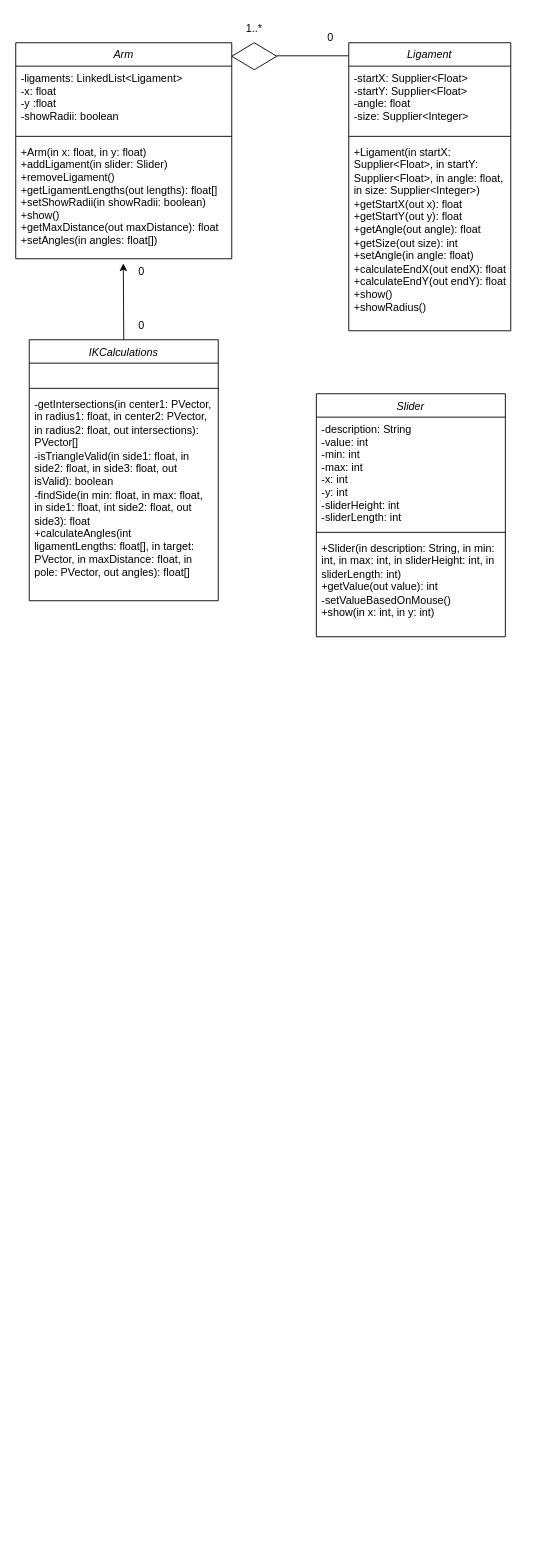
This is UML.drawio from IanShiii/APCS-Final-Project, a draw.io file, before an edit. Source tidied: cells renumbered, new cells numbered last; positions are measured from the earlier drawing's top-left corner, leaving out a move shared by most shapes. Both pictures are drawn from the tidied source at 90%, with x=0, y=0 at pixel (15, 15).
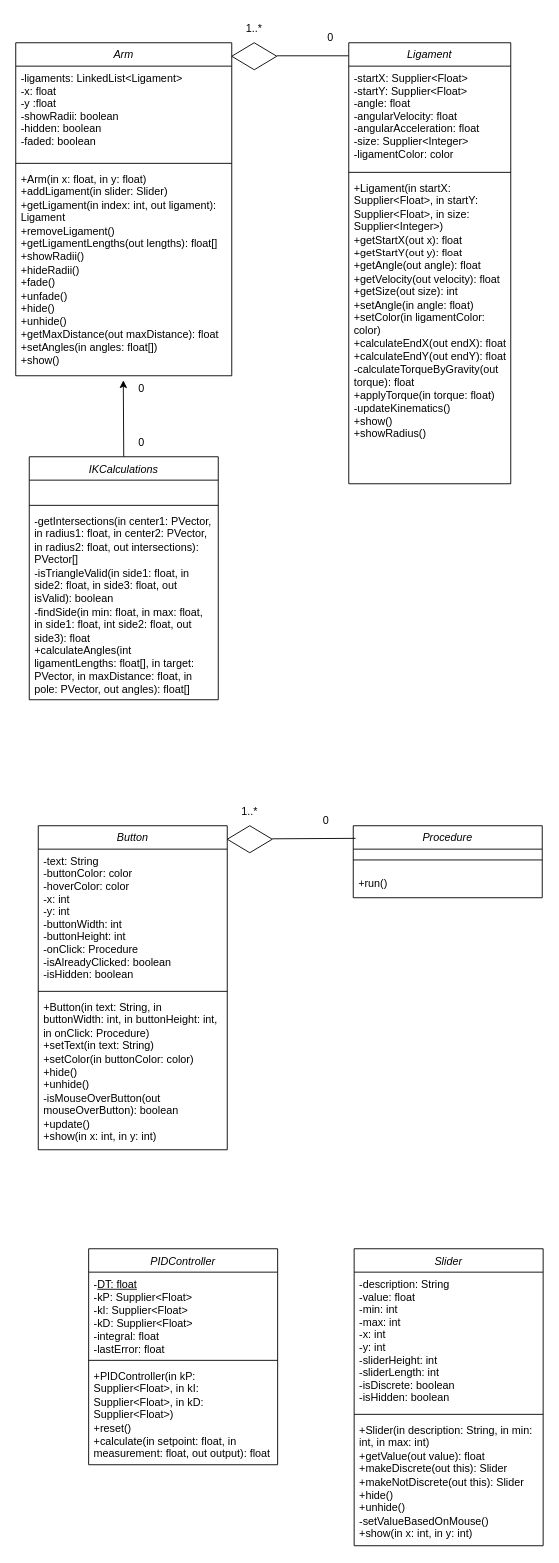
The same diagram, later.

Commit message:
updated UML diagram

Change to the diagram source:
```diff
@@
     <mxCell id="2" value="Arm" style="swimlane;fontStyle=2;align=center;verticalAlign=top;horizontal=1;startSize=26;rounded=0;shadow=0;strokeWidth=1;" parent="1" vertex="1">
-      <mxGeometry y="30" width="240" height="240" as="geometry" />
+      <mxGeometry y="30" width="240" height="370" as="geometry" />
     </mxCell>
-    <mxCell id="3" value="-ligaments: LinkedList&lt;Ligament&gt;&#10;-x: float&#10;-y :float&#10;-showRadii: boolean&#10;" style="text;align=left;verticalAlign=top;spacingLeft=4;spacingRight=4;overflow=hidden;" parent="2" vertex="1">
-      <mxGeometry y="26" width="240" height="74" as="geometry" />
+    <mxCell id="3" value="-ligaments: LinkedList&lt;Ligament&gt;&#10;-x: float&#10;-y :float&#10;-showRadii: boolean&#10;-hidden: boolean&#10;-faded: boolean&#10;" style="text;align=left;verticalAlign=top;spacingLeft=4;spacingRight=4;overflow=hidden;" parent="2" vertex="1">
+      <mxGeometry y="26" width="240" height="104" as="geometry" />
     </mxCell>
     <mxCell id="4" style="line;html=1;strokeWidth=1;align=left;verticalAlign=middle;spacingTop=-1;spacingLeft=3;spacingRight=3;labelPosition=right;" parent="2" vertex="1">
-      <mxGeometry y="100" width="240" height="8" as="geometry" />
+      <mxGeometry y="130" width="240" height="8" as="geometry" />
     </mxCell>
-    <mxCell id="5" value="+Arm(in x: float, in y: float)&#10;+addLigament(in slider: Slider)&#10;+removeLigament()&#10;+getLigamentLengths(out lengths): float[]&#10;+setShowRadii(in showRadii: boolean)&#10;+show()&#10;+getMaxDistance(out maxDistance): float&#10;+setAngles(in angles: float[])&#10;" style="text;align=left;verticalAlign=top;spacingLeft=4;spacingRight=4;overflow=hidden;points=[[0,0.5],[1,0.5]];portConstraint=eastwest;" parent="2" vertex="1">
-      <mxGeometry y="108" width="240" height="132" as="geometry" />
+    <mxCell id="5" value="+Arm(in x: float, in y: float)&#10;+addLigament(in slider: Slider)&#10;+getLigament(in index: int, out ligament): Ligament&#10;+removeLigament()&#10;+getLigamentLengths(out lengths): float[]&#10;+showRadii()&#10;+hideRadii()&#10;+fade()&#10;+unfade()&#10;+hide()&#10;+unhide()&#10;+getMaxDistance(out maxDistance): float&#10;+setAngles(in angles: float[])&#10;+show()&#10;" style="text;align=left;verticalAlign=top;spacingLeft=4;spacingRight=4;overflow=hidden;points=[[0,0.5],[1,0.5]];portConstraint=eastwest;whiteSpace=wrap;" parent="2" vertex="1">
+      <mxGeometry y="138" width="240" height="232" as="geometry" />
     </mxCell>
@@
     <mxCell id="8" value="Ligament" style="swimlane;fontStyle=2;align=center;verticalAlign=top;horizontal=1;startSize=26;rounded=0;shadow=0;strokeWidth=1;" parent="1" vertex="1">
-      <mxGeometry x="370" y="30" width="180" height="320" as="geometry" />
+      <mxGeometry x="370" y="30" width="180" height="490" as="geometry" />
     </mxCell>
-    <mxCell id="9" value="-startX: Supplier&lt;Float&gt;&#10;-startY: Supplier&lt;Float&gt;&#10;-angle: float&#10;-size: Supplier&lt;Integer&gt;&#10;" style="text;align=left;verticalAlign=top;spacingLeft=4;spacingRight=4;overflow=hidden;" parent="8" vertex="1">
-      <mxGeometry y="26" width="180" height="74" as="geometry" />
+    <mxCell id="9" value="-startX: Supplier&lt;Float&gt;&#10;-startY: Supplier&lt;Float&gt;&#10;-angle: float&#10;-angularVelocity: float&#10;-angularAcceleration: float&#10;-size: Supplier&lt;Integer&gt;&#10;-ligamentColor: color&#10;" style="text;align=left;verticalAlign=top;spacingLeft=4;spacingRight=4;overflow=hidden;" parent="8" vertex="1">
+      <mxGeometry y="26" width="180" height="114" as="geometry" />
     </mxCell>
     <mxCell id="10" style="line;html=1;strokeWidth=1;align=left;verticalAlign=middle;spacingTop=-1;spacingLeft=3;spacingRight=3;labelPosition=right;" parent="8" vertex="1">
-      <mxGeometry y="100" width="180" height="8" as="geometry" />
+      <mxGeometry y="140" width="180" height="8" as="geometry" />
     </mxCell>
-    <mxCell id="11" value="+Ligament(in startX: Supplier&lt;Float&gt;, in startY: Supplier&lt;Float&gt;, in angle: float, in size: Supplier&lt;Integer&gt;)&#10;+getStartX(out x): float&#10;+getStartY(out y): float&#10;+getAngle(out angle): float&#10;+getSize(out size): int&#10;+setAngle(in angle: float)&#10;+calculateEndX(out endX): float&#10;+calculateEndY(out endY): float&#10;+show()&#10;+showRadius()&#10;" style="text;align=left;verticalAlign=top;spacingLeft=4;spacingRight=4;overflow=hidden;whiteSpace=wrap;" parent="8" vertex="1">
-      <mxGeometry y="108" width="180" height="212" as="geometry" />
+    <mxCell id="11" value="+Ligament(in startX: Supplier&lt;Float&gt;, in startY: Supplier&lt;Float&gt;, in size: Supplier&lt;Integer&gt;)&#10;+getStartX(out x): float&#10;+getStartY(out y): float&#10;+getAngle(out angle): float&#10;+getVelocity(out velocity): float&#10;+getSize(out size): int&#10;+setAngle(in angle: float)&#10;+setColor(in ligamentColor: color)&#10;+calculateEndX(out endX): float&#10;+calculateEndY(out endY): float&#10;-calculateTorqueByGravity(out torque): float&#10;+applyTorque(in torque: float)&#10;-updateKinematics()&#10;+show()&#10;+showRadius()&#10;" style="text;align=left;verticalAlign=top;spacingLeft=4;spacingRight=4;overflow=hidden;whiteSpace=wrap;" parent="8" vertex="1">
+      <mxGeometry y="148" width="180" height="342" as="geometry" />
     </mxCell>
@@
-    <mxCell id="14" style="edgeStyle=none;jettySize=auto;html=1;rounded=0;entryX=0.498;entryY=1.039;entryDx=0;entryDy=0;entryPerimeter=0;" parent="1" edge="1" target="5">
+    <mxCell id="14" style="edgeStyle=none;orthogonalLoop=1;jettySize=auto;html=1;rounded=0;entryX=0.498;entryY=1.039;entryDx=0;entryDy=0;entryPerimeter=0;" parent="1" edge="1">
       <mxGeometry relative="1" as="geometry">
-        <mxPoint x="120" y="360" as="sourcePoint" />
+        <mxPoint x="120" y="490" as="sourcePoint" />
+        <mxPoint x="119.5" y="405.1" as="targetPoint" />
       </mxGeometry>
     </mxCell>
     <mxCell id="15" value="IKCalculations" style="swimlane;fontStyle=2;align=center;verticalAlign=top;horizontal=1;startSize=26;rounded=0;shadow=0;strokeWidth=1;" parent="1" vertex="1">
-      <mxGeometry x="15" y="360" width="210" height="290" as="geometry" />
+      <mxGeometry x="15" y="490" width="210" height="270" as="geometry" />
     </mxCell>
@@
     <mxCell id="18" value="-getIntersections(in center1: PVector, in radius1: float, in center2: PVector, in radius2: float, out intersections): PVector[]&#10;-isTriangleValid(in side1: float, in side2: float, in side3: float, out isValid): boolean&#10;-findSide(in min: float, in max: float, in side1: float, int side2: float, out side3): float&#10;+calculateAngles(int ligamentLengths: float[], in target: PVector, in maxDistance: float, in pole: PVector, out angles): float[]" style="text;align=left;verticalAlign=top;spacingLeft=4;spacingRight=4;overflow=hidden;whiteSpace=wrap;" parent="15" vertex="1">
-      <mxGeometry y="58" width="210" height="232" as="geometry" />
+      <mxGeometry y="58" width="210" height="212" as="geometry" />
     </mxCell>
     <mxCell id="19" value="0" style="text;strokeColor=none;align=center;fillColor=none;html=1;verticalAlign=middle;whiteSpace=wrap;rounded=0;" parent="1" vertex="1">
-      <mxGeometry x="110" y="330" width="60" height="30" as="geometry" />
+      <mxGeometry x="110" y="460" width="60" height="30" as="geometry" />
     </mxCell>
     <mxCell id="20" value="0" style="text;strokeColor=none;align=center;fillColor=none;html=1;verticalAlign=middle;whiteSpace=wrap;rounded=0;" parent="1" vertex="1">
-      <mxGeometry x="110" y="270" width="60" height="30" as="geometry" />
+      <mxGeometry x="110" y="400" width="60" height="30" as="geometry" />
     </mxCell>
     <mxCell id="21" value="Slider" style="swimlane;fontStyle=2;align=center;verticalAlign=top;horizontal=1;startSize=26;rounded=0;shadow=0;strokeWidth=1;" parent="1" vertex="1">
-      <mxGeometry x="334" y="420" width="210" height="270" as="geometry" />
+      <mxGeometry x="376" y="1370" width="210" height="330" as="geometry" />
     </mxCell>
-    <mxCell id="22" value="-description: String&#10;-value: int&#10;-min: int&#10;-max: int&#10;-x: int&#10;-y: int&#10;-sliderHeight: int&#10;-sliderLength: int" style="text;align=left;verticalAlign=top;spacingLeft=4;spacingRight=4;overflow=hidden;" parent="21" vertex="1">
-      <mxGeometry y="26" width="210" height="124" as="geometry" />
+    <mxCell id="22" value="-description: String&#10;-value: float&#10;-min: int&#10;-max: int&#10;-x: int&#10;-y: int&#10;-sliderHeight: int&#10;-sliderLength: int&#10;-isDiscrete: boolean&#10;-isHidden: boolean" style="text;align=left;verticalAlign=top;spacingLeft=4;spacingRight=4;overflow=hidden;" parent="21" vertex="1">
+      <mxGeometry y="26" width="210" height="154" as="geometry" />
     </mxCell>
     <mxCell id="23" style="line;html=1;strokeWidth=1;align=left;verticalAlign=middle;spacingTop=-1;spacingLeft=3;spacingRight=3;labelPosition=right;" parent="21" vertex="1">
-      <mxGeometry y="150" width="210" height="8" as="geometry" />
+      <mxGeometry y="180" width="210" height="8" as="geometry" />
     </mxCell>
-    <mxCell id="24" value="+Slider(in description: String, in min: int, in max: int, in sliderHeight: int, in sliderLength: int)&#10;+getValue(out value): int&#10;-setValueBasedOnMouse()&#10;+show(in x: int, in y: int)" style="text;align=left;verticalAlign=top;spacingLeft=4;spacingRight=4;overflow=hidden;whiteSpace=wrap;" parent="21" vertex="1">
-      <mxGeometry y="158" width="210" height="112" as="geometry" />
+    <mxCell id="24" value="+Slider(in description: String, in min: int, in max: int)&#10;+getValue(out value): float&#10;+makeDiscrete(out this): Slider&#10;+makeNotDiscrete(out this): Slider&#10;+hide()&#10;+unhide()&#10;-setValueBasedOnMouse()&#10;+show(in x: int, in y: int)" style="text;align=left;verticalAlign=top;spacingLeft=4;spacingRight=4;overflow=hidden;whiteSpace=wrap;" parent="21" vertex="1">
+      <mxGeometry y="188" width="210" height="142" as="geometry" />
     </mxCell>
+    <mxCell id="25" value="Button" style="swimlane;fontStyle=2;align=center;verticalAlign=top;horizontal=1;startSize=26;rounded=0;shadow=0;strokeWidth=1;" parent="1" vertex="1">
+      <mxGeometry x="25" y="900" width="210" height="360" as="geometry" />
+    </mxCell>
+    <mxCell id="26" value="-text: String&#10;-buttonColor: color&#10;-hoverColor: color&#10;-x: int&#10;-y: int&#10;-buttonWidth: int&#10;-buttonHeight: int&#10;-onClick: Procedure&#10;-isAlreadyClicked: boolean&#10;-isHidden: boolean" style="text;align=left;verticalAlign=top;spacingLeft=4;spacingRight=4;overflow=hidden;" parent="25" vertex="1">
+      <mxGeometry y="26" width="210" height="154" as="geometry" />
+    </mxCell>
+    <mxCell id="27" style="line;html=1;strokeWidth=1;align=left;verticalAlign=middle;spacingTop=-1;spacingLeft=3;spacingRight=3;labelPosition=right;" parent="25" vertex="1">
+      <mxGeometry y="180" width="210" height="8" as="geometry" />
+    </mxCell>
+    <mxCell id="28" value="+Button(in text: String, in buttonWidth: int, in buttonHeight: int, in onClick: Procedure)&#10;+setText(in text: String)&#10;+setColor(in buttonColor: color)&#10;+hide()&#10;+unhide()&#10;-isMouseOverButton(out mouseOverButton): boolean&#10;+update()&#10;+show(in x: int, in y: int)" style="text;align=left;verticalAlign=top;spacingLeft=4;spacingRight=4;overflow=hidden;whiteSpace=wrap;" parent="25" vertex="1">
+      <mxGeometry y="188" width="210" height="172" as="geometry" />
+    </mxCell>
+    <mxCell id="29" value="Procedure" style="swimlane;fontStyle=2;align=center;verticalAlign=top;horizontal=1;startSize=26;rounded=0;shadow=0;strokeWidth=1;" parent="1" vertex="1">
+      <mxGeometry x="375" y="900" width="210" height="80" as="geometry" />
+    </mxCell>
+    <mxCell id="30" style="line;html=1;strokeWidth=1;align=left;verticalAlign=middle;spacingTop=-1;spacingLeft=3;spacingRight=3;labelPosition=right;" parent="29" vertex="1">
+      <mxGeometry y="26" width="210" height="24" as="geometry" />
+    </mxCell>
+    <mxCell id="31" value="+run()" style="text;align=left;verticalAlign=top;spacingLeft=4;spacingRight=4;overflow=hidden;whiteSpace=wrap;" parent="29" vertex="1">
+      <mxGeometry y="50" width="210" height="30" as="geometry" />
+    </mxCell>
+    <mxCell id="32" style="rhombus;whiteSpace=wrap;html=1;" parent="1" vertex="1">
+      <mxGeometry x="235" y="900" width="50" height="30" as="geometry" />
+    </mxCell>
+    <mxCell id="33" style="edgeStyle=none;jettySize=auto;html=1;rounded=0;strokeWidth=1;endArrow=none;endFill=0;entryX=0.012;entryY=0.175;entryDx=0;entryDy=0;entryPerimeter=0;" parent="1" edge="1" target="29">
+      <mxGeometry relative="1" as="geometry">
+        <mxPoint x="285" y="914.5" as="sourcePoint" />
+      </mxGeometry>
+    </mxCell>
+    <mxCell id="34" value="1..*" style="text;strokeColor=none;align=center;fillColor=none;html=1;verticalAlign=middle;whiteSpace=wrap;rounded=0;" parent="1" vertex="1">
+      <mxGeometry x="230" y="870" width="60" height="30" as="geometry" />
+    </mxCell>
+    <mxCell id="35" value="0" style="text;strokeColor=none;align=center;fillColor=none;html=1;verticalAlign=middle;whiteSpace=wrap;rounded=0;" parent="1" vertex="1">
+      <mxGeometry x="315" y="880" width="60" height="30" as="geometry" />
+    </mxCell>
+    <mxCell id="36" value="PIDController" style="swimlane;fontStyle=2;align=center;verticalAlign=top;horizontal=1;startSize=26;rounded=0;shadow=0;strokeWidth=1;" parent="1" vertex="1">
+      <mxGeometry x="81" y="1370" width="210" height="240" as="geometry" />
+    </mxCell>
+    <mxCell id="37" value="-&lt;u&gt;DT: float&lt;/u&gt;&lt;br&gt;-kP: Supplier&amp;lt;Float&amp;gt;&lt;br&gt;-kI: Supplier&amp;lt;Float&amp;gt;&lt;br&gt;-kD: Supplier&amp;lt;Float&amp;gt;&lt;br&gt;-integral: float&lt;br&gt;-lastError: float&lt;div&gt;&lt;br/&gt;&lt;/div&gt;" style="text;align=left;verticalAlign=top;spacingLeft=4;spacingRight=4;overflow=hidden;fontStyle=0;html=1;" parent="36" vertex="1">
+      <mxGeometry y="26" width="210" height="94" as="geometry" />
+    </mxCell>
+    <mxCell id="38" style="line;html=1;strokeWidth=1;align=left;verticalAlign=middle;spacingTop=-1;spacingLeft=3;spacingRight=3;labelPosition=right;" parent="36" vertex="1">
+      <mxGeometry y="120" width="210" height="8" as="geometry" />
+    </mxCell>
+    <mxCell id="39" value="+PIDController(in kP: Supplier&lt;Float&gt;, in kI: Supplier&lt;Float&gt;, in kD: Supplier&lt;Float&gt;)&#10;+reset()&#10;+calculate(in setpoint: float, in measurement: float, out output): float" style="text;align=left;verticalAlign=top;spacingLeft=4;spacingRight=4;overflow=hidden;whiteSpace=wrap;" parent="36" vertex="1">
+      <mxGeometry y="128" width="210" height="112" as="geometry" />
+    </mxCell>
```
